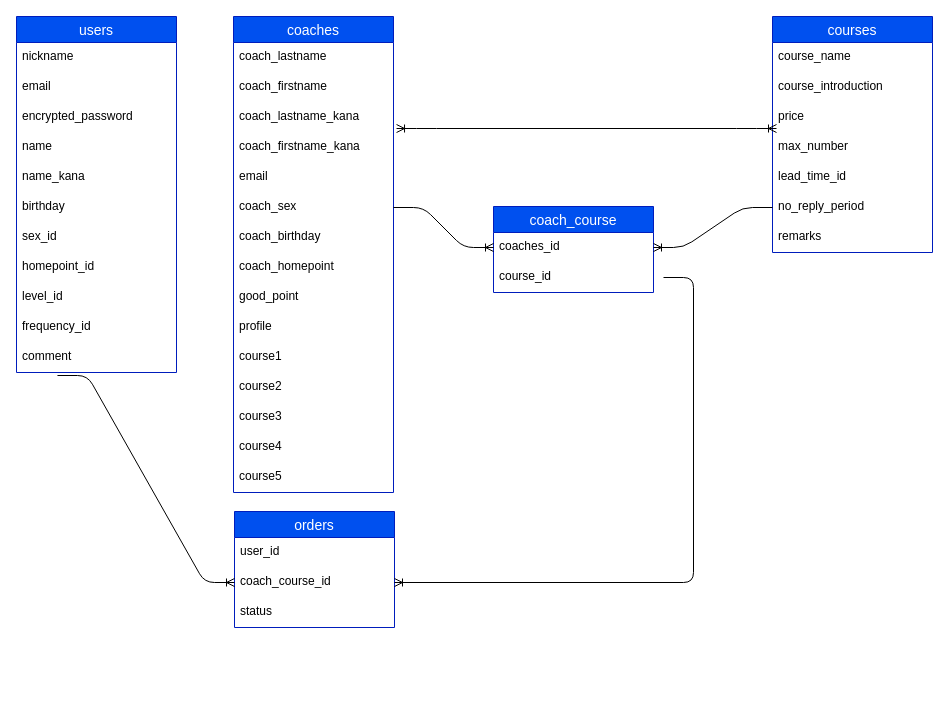
Earlier version of the draw.io diagram app/views/ER.dio (marie1173/namimachi-app). Source tidied: cells renumbered, new cells numbered last; positions are measured from the earlier drawing's top-left corner, leaving out a move shared by most shapes. Both pictures are drawn from the tidied source at 100%, with x=0, y=0 at pixel (16, 16).
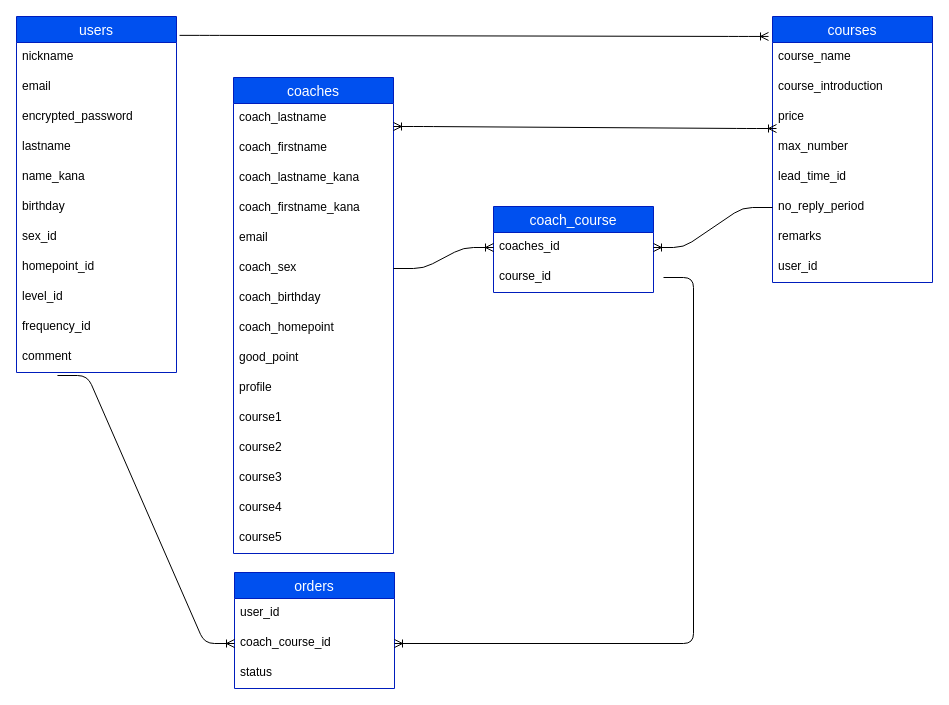
Above is the later version.

The change refers to these unchanged cells:
```xml
<mxCell id="2" value="users" style="swimlane;fontStyle=0;horizontal=1;startSize=26;align=center;fontSize=14;fillColor=#0050ef;fontColor=#ffffff;strokeColor=#001DBC;" parent="1" vertex="1">
  <mxGeometry width="160" height="356" as="geometry" />
</mxCell>
<mxCell id="19" value="coach_lastname" style="text;strokeColor=none;fillColor=none;spacingLeft=4;spacingRight=4;overflow=hidden;points=[[0,0.5],[1,0.5]];portConstraint=eastwest;fontSize=12;" parent="18" vertex="1">
  <mxGeometry y="26" width="160" height="30" as="geometry" />
</mxCell>
<mxCell id="21" value="coach_lastname_kana" style="text;strokeColor=none;fillColor=none;spacingLeft=4;spacingRight=4;overflow=hidden;points=[[0,0.5],[1,0.5]];portConstraint=eastwest;fontSize=12;" parent="18" vertex="1">
  <mxGeometry y="86" width="160" height="30" as="geometry" />
</mxCell>
<mxCell id="38" value="max_number" style="text;strokeColor=none;fillColor=none;spacingLeft=4;spacingRight=4;overflow=hidden;points=[[0,0.5],[1,0.5]];portConstraint=eastwest;fontSize=12;" parent="34" vertex="1">
  <mxGeometry y="116" width="160" height="30" as="geometry" />
</mxCell>
```

The edit, as a diff of the source:
```diff
@@
-    <mxCell id="6" value="name" style="text;strokeColor=none;fillColor=none;spacingLeft=4;spacingRight=4;overflow=hidden;fontSize=12;" parent="2" vertex="1">
+    <mxCell id="6" value="lastname" style="text;strokeColor=none;fillColor=none;spacingLeft=4;spacingRight=4;overflow=hidden;fontSize=12;" parent="2" vertex="1">
       <mxGeometry y="116" width="160" height="30" as="geometry" />
     </mxCell>
@@
     <mxCell id="14" value="orders" style="swimlane;fontStyle=0;horizontal=1;startSize=26;align=center;fontSize=14;fillColor=#0050ef;fontColor=#ffffff;strokeColor=#001DBC;" parent="1" vertex="1">
-      <mxGeometry x="218" y="495" width="160" height="116" as="geometry" />
+      <mxGeometry x="218" y="556" width="160" height="116" as="geometry" />
     </mxCell>
@@
     <mxCell id="18" value="coaches" style="swimlane;fontStyle=0;horizontal=1;startSize=26;align=center;fontSize=14;fillColor=#0050ef;fontColor=#ffffff;strokeColor=#001DBC;" parent="1" vertex="1">
-      <mxGeometry x="217" width="160" height="476" as="geometry" />
+      <mxGeometry x="217" y="61" width="160" height="476" as="geometry" />
     </mxCell>
@@
     <mxCell id="34" value="courses" style="swimlane;fontStyle=0;horizontal=1;startSize=26;align=center;fontSize=14;fillColor=#0050ef;fontColor=#ffffff;strokeColor=#001DBC;" parent="1" vertex="1">
-      <mxGeometry x="756" width="160" height="236" as="geometry" />
+      <mxGeometry x="756" width="160" height="266" as="geometry" />
     </mxCell>
@@
+    <mxCell id="50" value="user_id" style="text;strokeColor=none;fillColor=none;spacingLeft=4;spacingRight=4;overflow=hidden;fontSize=12;" parent="34" vertex="1">
+      <mxGeometry y="236" width="160" height="30" as="geometry" />
+    </mxCell>
@@
-    <mxCell id="49" style="edgeStyle=entityRelationEdgeStyle;fontSize=12;html=1;endArrow=ERoneToMany;startArrow=ERoneToMany;entryX=0.025;entryY=-0.133;entryDx=0;entryDy=0;entryPerimeter=0;exitX=1.019;exitY=0.867;exitDx=0;exitDy=0;exitPerimeter=0;" parent="1" edge="1" source="21" target="38">
+    <mxCell id="49" style="edgeStyle=entityRelationEdgeStyle;fontSize=12;html=1;endArrow=ERoneToMany;startArrow=ERoneToMany;entryX=0.025;entryY=-0.133;entryDx=0;entryDy=0;entryPerimeter=0;exitX=1;exitY=0.767;exitDx=0;exitDy=0;exitPerimeter=0;" parent="1" edge="1" source="19" target="38">
       <mxGeometry relative="1" as="geometry" />
     </mxCell>
+    <mxCell id="51" style="edgeStyle=entityRelationEdgeStyle;fontSize=12;html=1;endArrow=ERoneToMany;exitX=1.019;exitY=0.053;exitDx=0;exitDy=0;exitPerimeter=0;entryX=-0.025;entryY=0.075;entryDx=0;entryDy=0;entryPerimeter=0;" parent="1" edge="1" source="2" target="34">
+      <mxGeometry relative="1" as="geometry" />
+    </mxCell>
```
